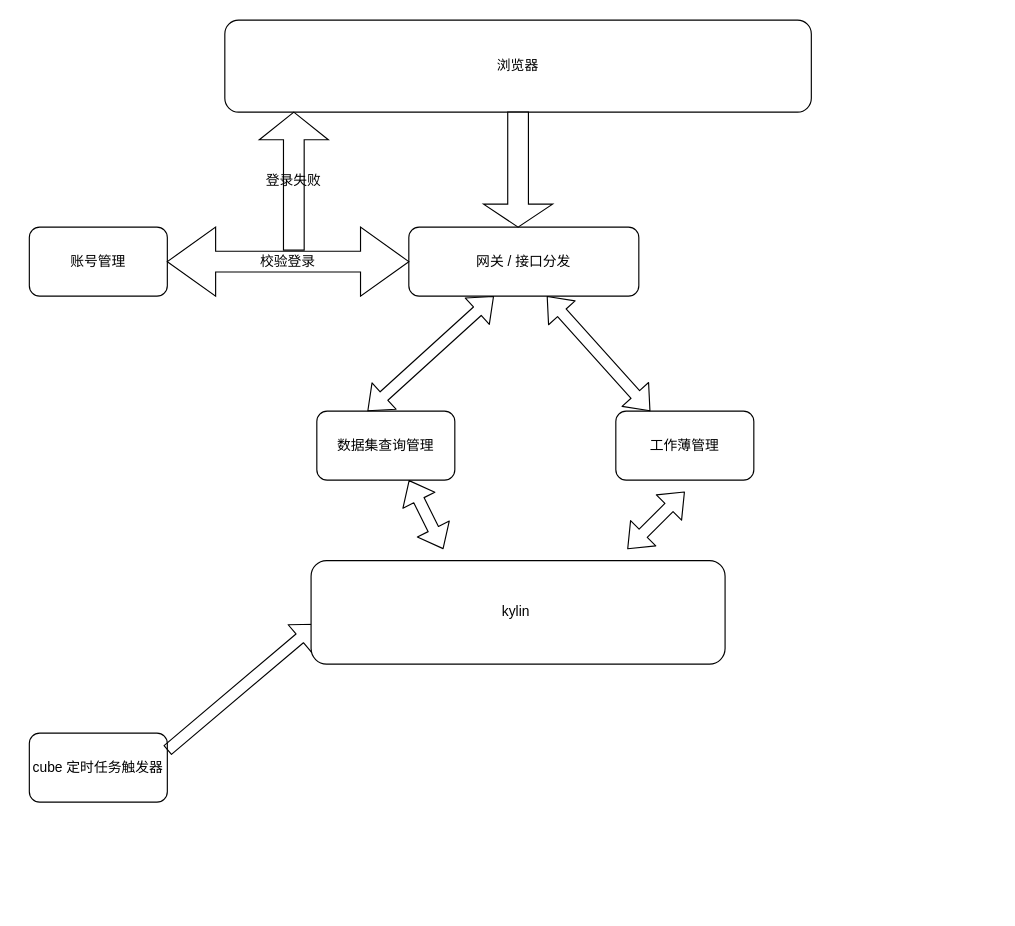
Earlier version of the draw.io diagram 新报表系统架构.drawio (bandly/drawio). Source tidied: cells renumbered, new cells numbered last; positions are measured from the earlier drawing's top-left corner, leaving out a move shared by most shapes. Both pictures are drawn from the tidied source at 115%, with x=0, y=0 at pixel (29, 20).
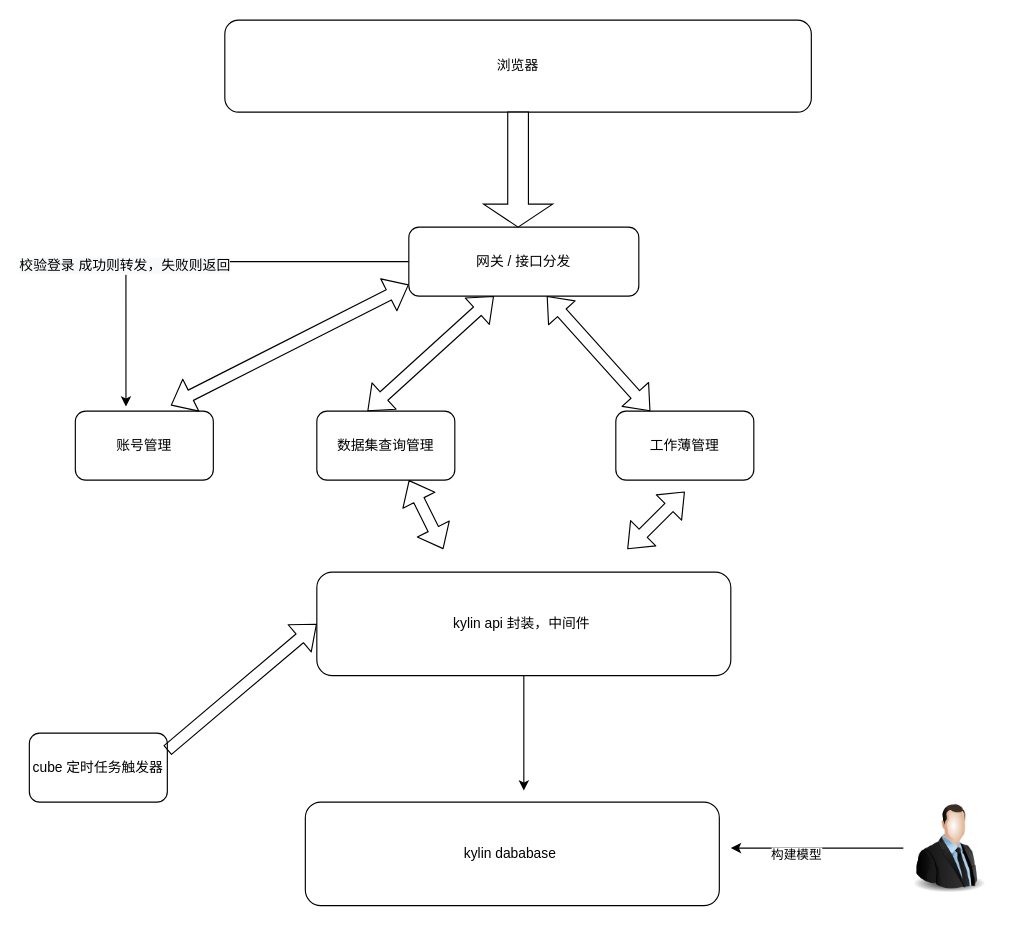
After the change.

Commit message:
Update 新报表系统架构.drawio

Unchanged cells that the change refers to:
```xml
<mxCell id="4" value="网关 / 接口分发" style="rounded=1;whiteSpace=wrap;html=1;" parent="1" vertex="1">
  <mxGeometry x="330" y="180" width="200" height="60" as="geometry" />
</mxCell>
```

Change to the diagram source:
```diff
@@
-    <mxCell id="3" value="账号管理" style="rounded=1;whiteSpace=wrap;html=1;" parent="1" vertex="1">
-      <mxGeometry y="180" width="120" height="60" as="geometry" />
-    </mxCell>
+    <mxCell id="17" style="edgeStyle=orthogonalEdgeStyle;rounded=0;jettySize=auto;html=1;entryX=0.367;entryY=-0.067;entryDx=0;entryDy=0;entryPerimeter=0;" parent="1" edge="1" source="4" target="3">
+      <mxGeometry relative="1" as="geometry" />
+    </mxCell>
+    <mxCell id="18" value="&lt;span style=&quot;font-size: 12px ; background-color: rgb(248 , 249 , 250)&quot;&gt;校验登录 成功则转发，失败则返回&lt;/span&gt;" style="edgeLabel;html=1;align=center;verticalAlign=middle;" parent="17" vertex="1">
+      <mxGeometry x="0.34" y="-2" relative="1" as="geometry" />
+    </mxCell>
@@
-    <mxCell id="6" value="校验登录" style="shape=doubleArrow;whiteSpace=wrap;html=1;" parent="1" vertex="1">
-      <mxGeometry x="120" y="180" width="210" height="60" as="geometry" />
-    </mxCell>
-    <mxCell id="7" value="登录失败" style="shape=singleArrow;direction=north;whiteSpace=wrap;html=1;" parent="1" vertex="1">
-      <mxGeometry x="200" y="80" width="60" height="120" as="geometry" />
-    </mxCell>
@@
-    <mxCell id="14" value="kylin&amp;nbsp;" style="rounded=1;whiteSpace=wrap;html=1;" parent="1" vertex="1">
-      <mxGeometry x="245" y="470" width="360" height="90" as="geometry" />
+    <mxCell id="14" value="kylin dababase&amp;nbsp;" style="rounded=1;whiteSpace=wrap;html=1;" parent="1" vertex="1">
+      <mxGeometry x="240" y="680" width="360" height="90" as="geometry" />
     </mxCell>
@@
+    <mxCell id="3" value="账号管理" style="rounded=1;whiteSpace=wrap;html=1;" parent="1" vertex="1">
+      <mxGeometry x="40" y="340" width="120" height="60" as="geometry" />
+    </mxCell>
+    <mxCell id="19" style="shape=flexArrow;endArrow=classic;startArrow=classic;html=1;exitX=0.692;exitY=-0.083;exitDx=0;exitDy=0;exitPerimeter=0;" parent="1" edge="1" source="3">
+      <mxGeometry relative="1" as="geometry">
+        <mxPoint x="330" y="230" as="targetPoint" />
+      </mxGeometry>
+    </mxCell>
+    <mxCell id="20" style="edgeStyle=orthogonalEdgeStyle;rounded=0;jettySize=auto;html=1;" parent="1" edge="1" source="21">
+      <mxGeometry relative="1" as="geometry">
+        <mxPoint x="430" y="670" as="targetPoint" />
+      </mxGeometry>
+    </mxCell>
+    <mxCell id="21" value="kylin api 封装，中间件&amp;nbsp;" style="rounded=1;whiteSpace=wrap;html=1;" parent="1" vertex="1">
+      <mxGeometry x="250" y="480" width="360" height="90" as="geometry" />
+    </mxCell>
+    <mxCell id="22" style="edgeStyle=orthogonalEdgeStyle;rounded=0;jettySize=auto;html=1;" parent="1" edge="1" source="24">
+      <mxGeometry relative="1" as="geometry">
+        <mxPoint x="610" y="720" as="targetPoint" />
+      </mxGeometry>
+    </mxCell>
+    <mxCell id="23" value="构建模型" style="edgeLabel;html=1;align=center;verticalAlign=middle;" parent="22" vertex="1">
+      <mxGeometry x="0.25" y="5" relative="1" as="geometry" />
+    </mxCell>
+    <mxCell id="24" style="image;html=1;image=img/lib/clip_art/people/Suit_Man_128x128.png;" parent="1" vertex="1">
+      <mxGeometry x="760" y="680" width="80" height="80" as="geometry" />
+    </mxCell>
```
